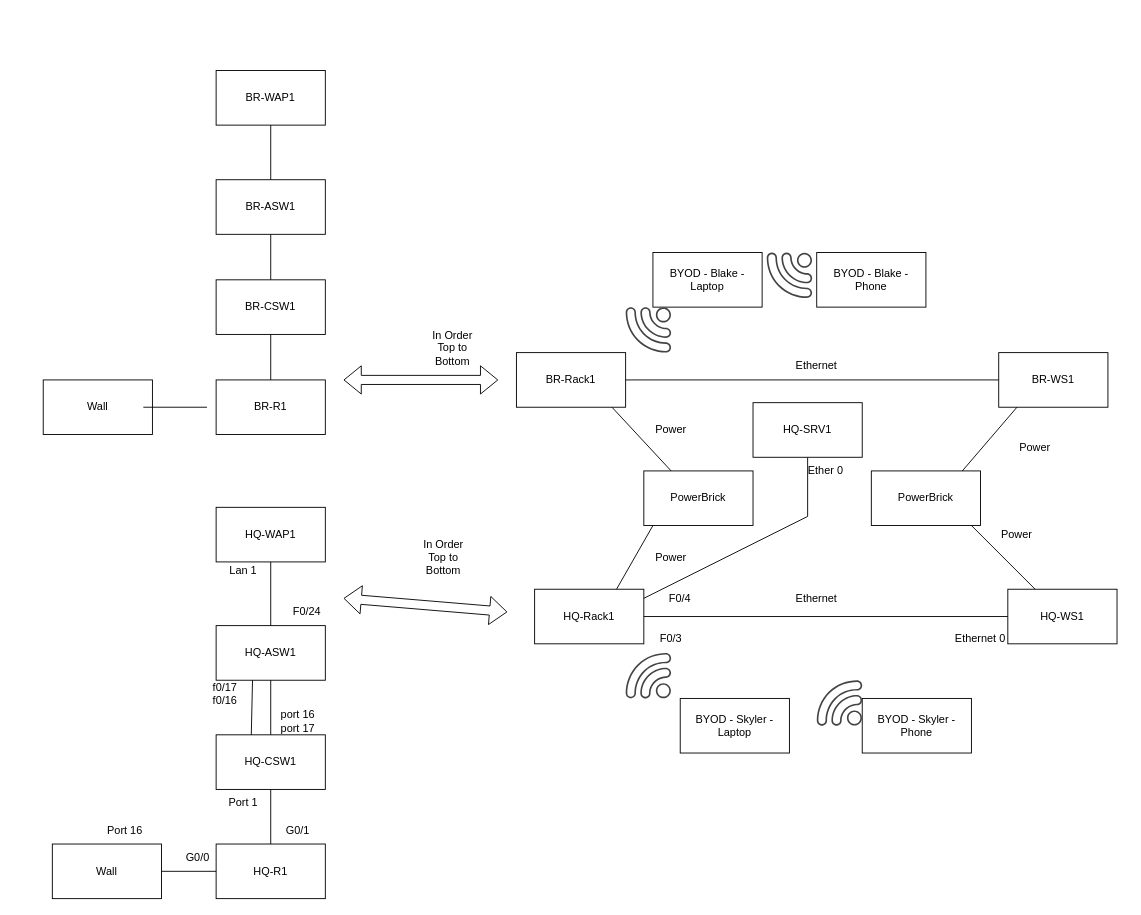
This is page "Page-2" (3 of 3) of Untitled Diagram.drawio from skylereturner/Network-Documents, a draw.io file, before an edit. Source tidied: cells renumbered, new cells numbered last; positions are measured from the earlier drawing's top-left corner, leaving out a move shared by most shapes. Both pictures are drawn from the tidied source at 91%, with x=0, y=0 at pixel (43, 70).
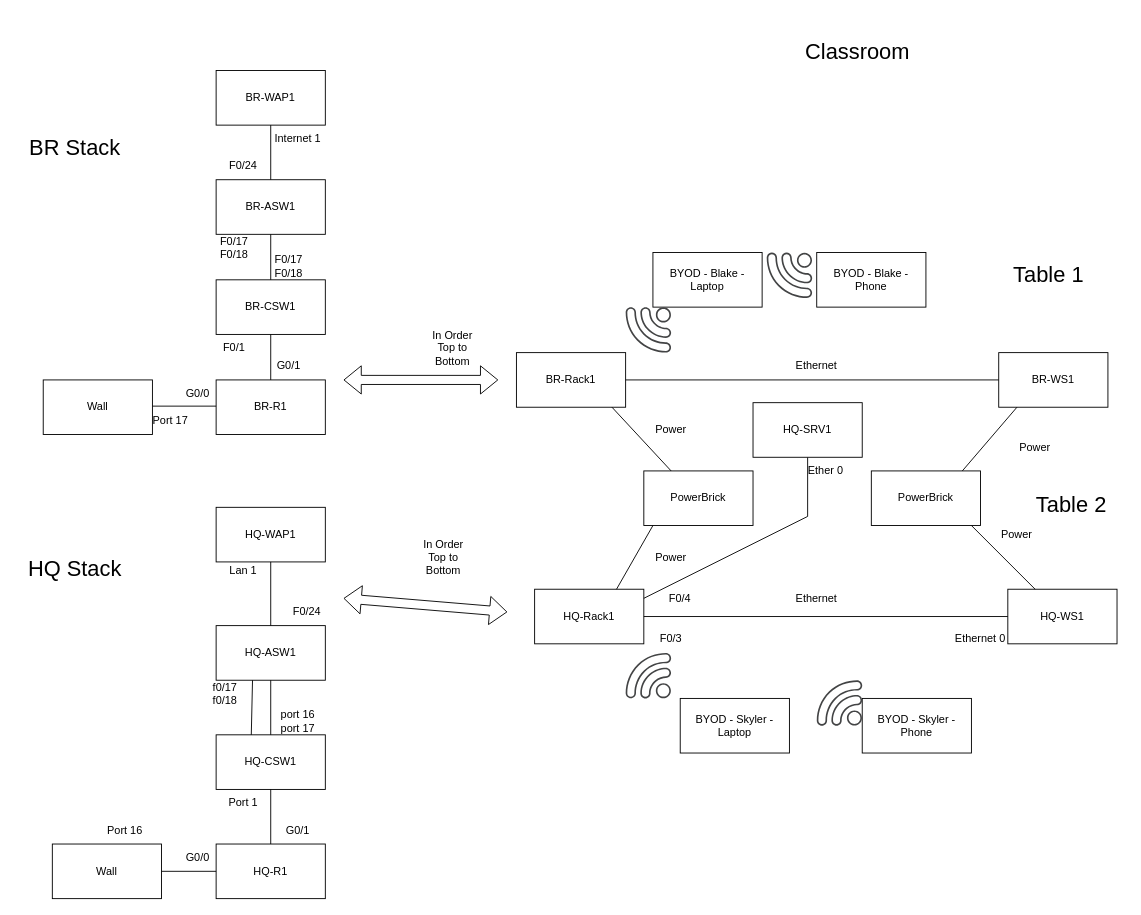
The same diagram, later.

What changed in the source:
```diff
@@
     <mxCell id="45" style="endArrow=none;html=1;rounded=0;" parent="1" edge="1">
       <mxGeometry relative="1" as="geometry">
-        <mxPoint x="110" y="370" as="sourcePoint" />
-        <mxPoint x="180" y="370" as="targetPoint" />
+        <mxPoint x="120" y="368.8" as="sourcePoint" />
+        <mxPoint x="190" y="368.8" as="targetPoint" />
       </mxGeometry>
     </mxCell>
@@
-    <mxCell id="51" value="&lt;div&gt;f0/17&lt;/div&gt;f0/16" style="text;html=1;whiteSpace=wrap;strokeColor=none;fillColor=none;align=center;verticalAlign=middle;rounded=0;" parent="1" vertex="1">
+    <mxCell id="51" value="&lt;div&gt;f0/17&lt;/div&gt;f0/18" style="text;html=1;whiteSpace=wrap;strokeColor=none;fillColor=none;align=center;verticalAlign=middle;rounded=0;" parent="1" vertex="1">
       <mxGeometry x="170" y="670" width="60" height="30" as="geometry" />
     </mxCell>
@@
+    <mxCell id="65" value="G0/0" style="text;html=1;whiteSpace=wrap;strokeColor=none;fillColor=none;align=center;verticalAlign=middle;rounded=0;" parent="1" vertex="1">
+      <mxGeometry x="140" y="340" width="60" height="30" as="geometry" />
+    </mxCell>
+    <mxCell id="66" value="Port 17" style="text;html=1;whiteSpace=wrap;strokeColor=none;fillColor=none;align=center;verticalAlign=middle;rounded=0;" parent="1" vertex="1">
+      <mxGeometry x="110" y="370" width="60" height="30" as="geometry" />
+    </mxCell>
+    <mxCell id="67" value="G0/1" style="text;html=1;whiteSpace=wrap;strokeColor=none;fillColor=none;align=center;verticalAlign=middle;rounded=0;" parent="1" vertex="1">
+      <mxGeometry x="240" y="310" width="60" height="30" as="geometry" />
+    </mxCell>
+    <mxCell id="68" value="F0/1" style="text;html=1;whiteSpace=wrap;strokeColor=none;fillColor=none;align=center;verticalAlign=middle;rounded=0;" parent="1" vertex="1">
+      <mxGeometry x="180" y="290" width="60" height="30" as="geometry" />
+    </mxCell>
+    <mxCell id="69" value="&lt;div&gt;F0/17&lt;/div&gt;F0/18" style="text;html=1;whiteSpace=wrap;strokeColor=none;fillColor=none;align=center;verticalAlign=middle;rounded=0;" parent="1" vertex="1">
+      <mxGeometry x="240" y="200" width="60" height="30" as="geometry" />
+    </mxCell>
+    <mxCell id="70" value="&lt;div&gt;F0/17&lt;/div&gt;&lt;div&gt;F0/18&lt;/div&gt;" style="text;html=1;whiteSpace=wrap;strokeColor=none;fillColor=none;align=center;verticalAlign=middle;rounded=0;" parent="1" vertex="1">
+      <mxGeometry x="180" y="180" width="60" height="30" as="geometry" />
+    </mxCell>
+    <mxCell id="71" value="F0/24" style="text;html=1;whiteSpace=wrap;strokeColor=none;fillColor=none;align=center;verticalAlign=middle;rounded=0;" parent="1" vertex="1">
+      <mxGeometry x="190" y="90" width="60" height="30" as="geometry" />
+    </mxCell>
+    <mxCell id="72" value="Internet 1" style="text;html=1;whiteSpace=wrap;strokeColor=none;fillColor=none;align=center;verticalAlign=middle;rounded=0;" parent="1" vertex="1">
+      <mxGeometry x="250" y="60" width="60" height="30" as="geometry" />
+    </mxCell>
+    <mxCell id="73" value="&lt;font style=&quot;font-size: 24px;&quot;&gt;HQ Stack&lt;/font&gt;" style="text;html=1;whiteSpace=wrap;strokeColor=none;fillColor=none;align=center;verticalAlign=middle;rounded=0;" parent="1" vertex="1">
+      <mxGeometry x="-30" y="495" width="130" height="105" as="geometry" />
+    </mxCell>
+    <mxCell id="74" value="&lt;font style=&quot;font-size: 24px;&quot;&gt;BR Stack&lt;/font&gt;" style="text;html=1;whiteSpace=wrap;strokeColor=none;fillColor=none;align=center;verticalAlign=middle;rounded=0;" parent="1" vertex="1">
+      <mxGeometry x="-20" y="30" width="110" height="110" as="geometry" />
+    </mxCell>
+    <mxCell id="75" value="&lt;font style=&quot;font-size: 24px;&quot;&gt;Classroom&lt;/font&gt;" style="text;html=1;whiteSpace=wrap;strokeColor=none;fillColor=none;align=center;verticalAlign=middle;rounded=0;" parent="1" vertex="1">
+      <mxGeometry x="830" y="-60" width="130" height="80" as="geometry" />
+    </mxCell>
+    <mxCell id="76" value="&lt;font style=&quot;font-size: 24px;&quot;&gt;Table 1&lt;/font&gt;" style="text;html=1;whiteSpace=wrap;strokeColor=none;fillColor=none;align=center;verticalAlign=middle;rounded=0;" parent="1" vertex="1">
+      <mxGeometry x="1060" y="190" width="90" height="70" as="geometry" />
+    </mxCell>
+    <mxCell id="77" value="&lt;font style=&quot;font-size: 24px;&quot;&gt;Table 2&lt;/font&gt;" style="text;html=1;whiteSpace=wrap;strokeColor=none;fillColor=none;align=center;verticalAlign=middle;rounded=0;" parent="1" vertex="1">
+      <mxGeometry x="1070" y="440" width="120" height="75" as="geometry" />
+    </mxCell>
```
